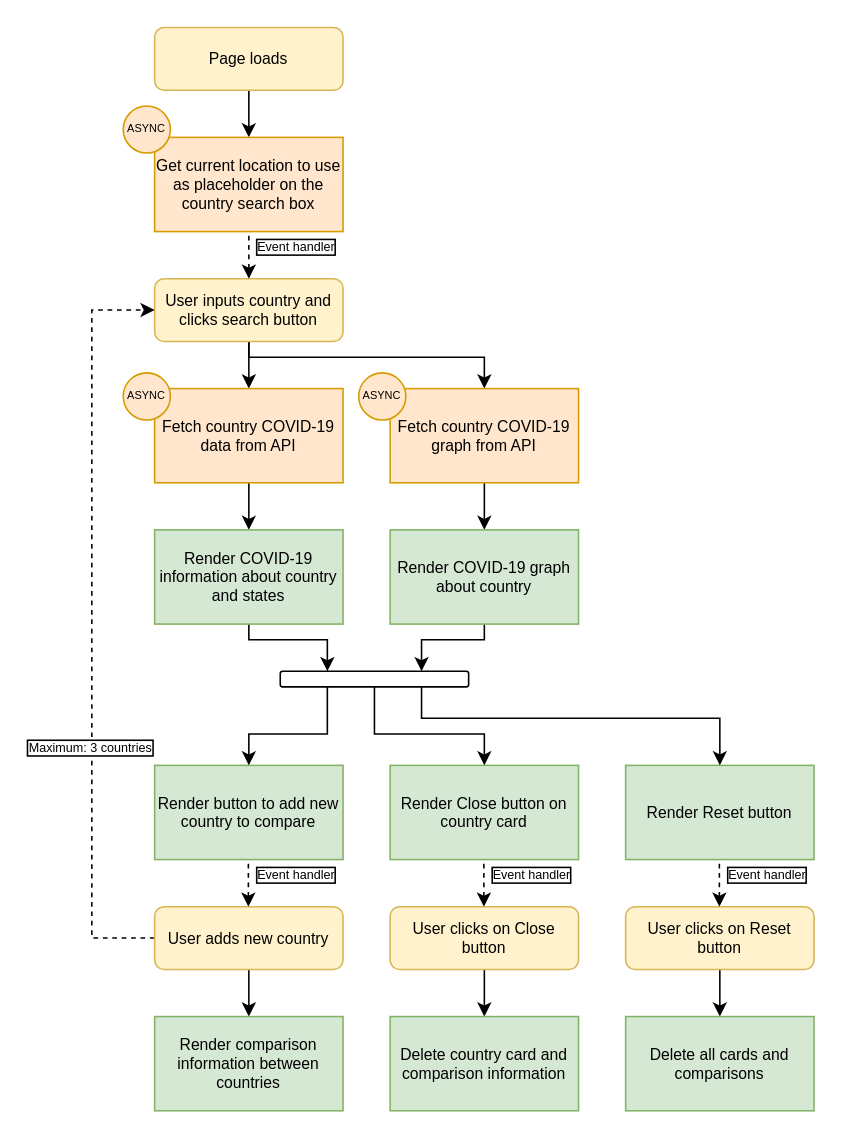
Before: covid-19-dashboard-app/COVID-19 Dashboard flow chart.drawio in Colo-Codes/mini-projects, a draw.io diagram. Source tidied: cells renumbered, new cells numbered last; positions are measured from the earlier drawing's top-left corner, leaving out a move shared by most shapes. Both pictures are drawn from the tidied source at 157%, with x=0, y=0 at pixel (91, 27).
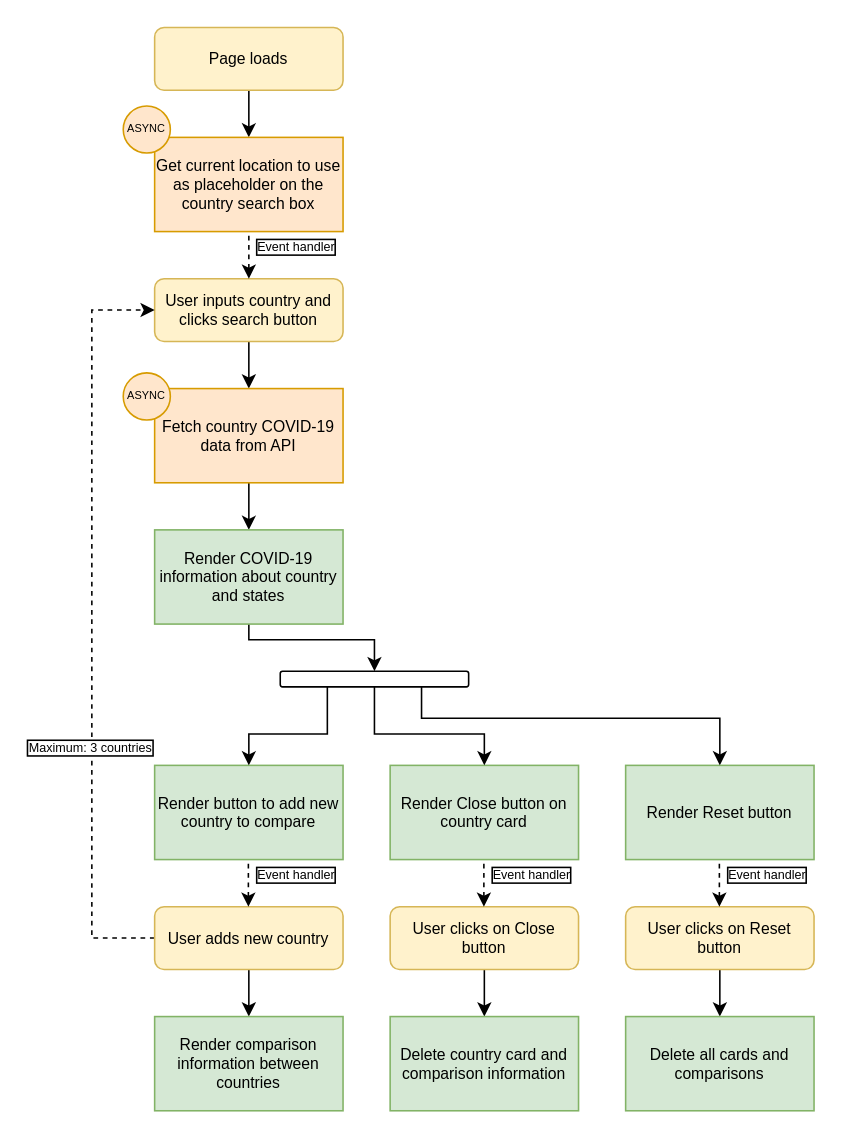
After the change.

Unchanged cells that the change refers to:
```xml
<mxCell id="8" value="User inputs country and clicks search button" style="rounded=1;whiteSpace=wrap;html=1;fontSize=10;glass=0;strokeWidth=1;shadow=0;fillColor=#fff2cc;strokeColor=#d6b656;" parent="1" vertex="1">
  <mxGeometry x="40" y="160" width="120" height="40" as="geometry" />
</mxCell>
<mxCell id="14" value="&lt;span style=&quot;color: rgb(0 , 0 , 0) ; font-family: &amp;#34;helvetica&amp;#34; ; font-size: 10px ; font-style: normal ; font-weight: 400 ; letter-spacing: normal ; text-align: center ; text-indent: 0px ; text-transform: none ; word-spacing: 0px ; display: inline ; float: none&quot;&gt;Render COVID-19 information about country and states&lt;/span&gt;" style="rounded=0;whiteSpace=wrap;html=1;fontSize=7;fillColor=#d5e8d4;strokeColor=#82b366;labelBackgroundColor=none;" parent="1" vertex="1">
  <mxGeometry x="40" y="320" width="120" height="60" as="geometry" />
</mxCell>
<mxCell id="40" style="rounded=1;whiteSpace=wrap;html=1;labelBackgroundColor=#ffffff;fontSize=8;" parent="1" vertex="1">
  <mxGeometry x="120" y="410" width="120" height="10" as="geometry" />
</mxCell>
```

Diff of the diagram source:
```diff
@@
-    <mxCell id="7" style="edgeStyle=orthogonalEdgeStyle;rounded=0;jettySize=auto;html=1;exitX=0.5;exitY=1;exitDx=0;exitDy=0;fontSize=7;startArrow=none;startFill=0;" parent="1" edge="1" source="8" target="19">
-      <mxGeometry relative="1" as="geometry">
-        <Array as="points">
-          <mxPoint x="100" y="210" />
-          <mxPoint x="250" y="210" />
-        </Array>
-      </mxGeometry>
-    </mxCell>
@@
-    <mxCell id="13" style="edgeStyle=orthogonalEdgeStyle;rounded=0;jettySize=auto;html=1;exitX=0.5;exitY=1;exitDx=0;exitDy=0;entryX=0.25;entryY=0;entryDx=0;entryDy=0;fontSize=8;startArrow=none;startFill=0;endArrow=classic;endFill=1;" parent="1" edge="1" source="14" target="40">
+    <mxCell id="13" style="edgeStyle=orthogonalEdgeStyle;rounded=0;jettySize=auto;html=1;exitX=0.5;exitY=1;exitDx=0;exitDy=0;entryX=0.5;entryY=0;entryDx=0;entryDy=0;fontSize=8;startArrow=none;startFill=0;endArrow=classic;endFill=1;" parent="1" edge="1" source="14" target="40">
       <mxGeometry relative="1" as="geometry">
         <Array as="points">
           <mxPoint x="100" y="390" />
-          <mxPoint x="150" y="390" />
+          <mxPoint x="180" y="390" />
         </Array>
       </mxGeometry>
     </mxCell>
@@
-    <mxCell id="18" style="edgeStyle=orthogonalEdgeStyle;rounded=0;jettySize=auto;html=1;exitX=0.5;exitY=1;exitDx=0;exitDy=0;entryX=0.5;entryY=0;entryDx=0;entryDy=0;fontSize=7;startArrow=none;startFill=0;" parent="1" edge="1" source="19" target="22">
-      <mxGeometry relative="1" as="geometry" />
-    </mxCell>
-    <mxCell id="19" value="Fetch country COVID-19 graph from API" style="rounded=0;whiteSpace=wrap;html=1;fontSize=10;fillColor=#ffe6cc;strokeColor=#d79b00;" parent="1" vertex="1">
-      <mxGeometry x="190" y="230" width="120" height="60" as="geometry" />
-    </mxCell>
-    <mxCell id="20" value="ASYNC" style="ellipse;whiteSpace=wrap;html=1;fontSize=7;fillColor=#ffe6cc;strokeColor=#d79b00;" parent="1" vertex="1">
-      <mxGeometry x="170" y="220" width="30" height="30" as="geometry" />
-    </mxCell>
-    <mxCell id="21" style="edgeStyle=orthogonalEdgeStyle;rounded=0;jettySize=auto;html=1;exitX=0.5;exitY=1;exitDx=0;exitDy=0;entryX=0.75;entryY=0;entryDx=0;entryDy=0;fontSize=8;startArrow=none;startFill=0;endArrow=classic;endFill=1;" parent="1" edge="1" source="22" target="40">
-      <mxGeometry relative="1" as="geometry">
-        <Array as="points">
-          <mxPoint x="250" y="390" />
-          <mxPoint x="210" y="390" />
-        </Array>
-      </mxGeometry>
-    </mxCell>
-    <mxCell id="22" value="&lt;span style=&quot;color: rgb(0 , 0 , 0) ; font-family: &amp;#34;helvetica&amp;#34; ; font-size: 10px ; font-style: normal ; font-weight: 400 ; letter-spacing: normal ; text-align: center ; text-indent: 0px ; text-transform: none ; word-spacing: 0px ; display: inline ; float: none&quot;&gt;Render COVID-19 graph about country&lt;/span&gt;" style="rounded=0;whiteSpace=wrap;html=1;fontSize=7;fillColor=#d5e8d4;strokeColor=#82b366;labelBackgroundColor=none;" parent="1" vertex="1">
-      <mxGeometry x="190" y="320" width="120" height="60" as="geometry" />
-    </mxCell>
```
